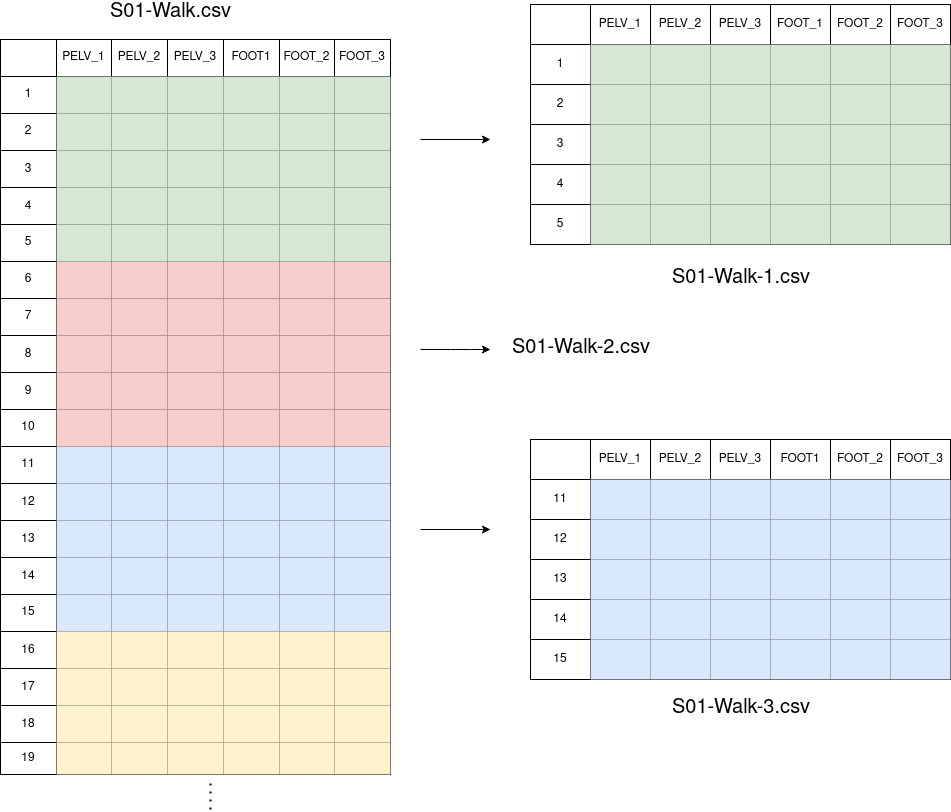
Above: framework/pre-processing/doc/images/Image_builder.png in GonzaloPardoVillalibre/HAR-AI-FRAMEWORK (draw.io), before the change. Source tidied: cells renumbered, new cells last; positions are measured from the earlier drawing's top-left corner, leaving out a move shared by most shapes.
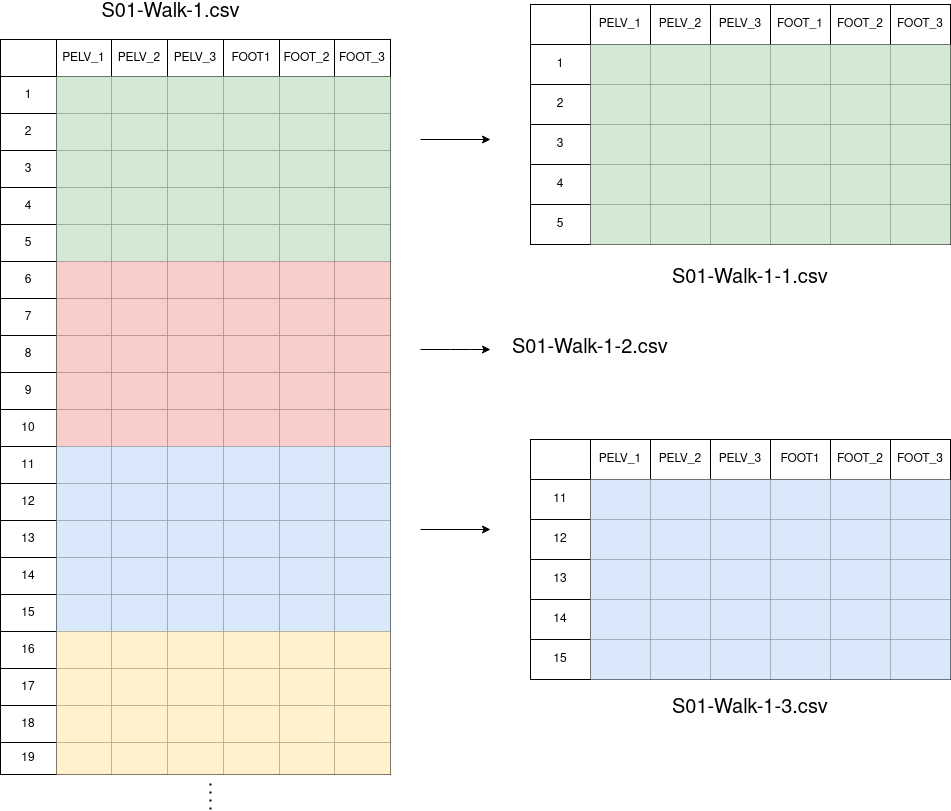
After the commit.

The edit, as a diff of the source:
```diff
@@ -797,14 +797,14 @@
         <mxPoint x="210" y="775" as="targetPoint" />
       </mxGeometry>
     </mxCell>
-    <mxCell id="264" value="&lt;div style=&quot;font-size: 20px&quot;&gt;S01-Walk.csv&lt;/div&gt;&lt;div&gt;&lt;br&gt;&lt;/div&gt;" style="text;html=1;align=center;verticalAlign=middle;" parent="1" vertex="1">
-      <mxGeometry x="100" width="140" height="30" as="geometry" />
+    <mxCell id="264" value="&lt;div style=&quot;font-size: 20px&quot;&gt;S01-Walk-1.csv&lt;/div&gt;&lt;div&gt;&lt;br&gt;&lt;/div&gt;" style="text;html=1;align=center;verticalAlign=middle;" parent="1" vertex="1">
+      <mxGeometry x="95" width="150" height="30" as="geometry" />
     </mxCell>
-    <mxCell id="265" value="&lt;div style=&quot;font-size: 20px&quot;&gt;S01-Walk-1.csv&lt;/div&gt;&lt;div&gt;&lt;br&gt;&lt;/div&gt;" style="text;whiteSpace=wrap;html=1;" parent="1" vertex="1">
-      <mxGeometry x="670" y="255" width="150" height="40" as="geometry" />
+    <mxCell id="265" value="&lt;div style=&quot;font-size: 20px&quot;&gt;S01-Walk-1-1.csv&lt;/div&gt;&lt;div&gt;&lt;br&gt;&lt;/div&gt;" style="text;whiteSpace=wrap;html=1;" parent="1" vertex="1">
+      <mxGeometry x="670" y="255" width="170" height="40" as="geometry" />
     </mxCell>
-    <mxCell id="266" value="&lt;div style=&quot;font-size: 20px&quot;&gt;S01-Walk-3.csv&lt;/div&gt;&lt;div&gt;&lt;br&gt;&lt;/div&gt;" style="text;whiteSpace=wrap;html=1;" parent="1" vertex="1">
-      <mxGeometry x="670" y="685" width="150" height="40" as="geometry" />
+    <mxCell id="266" value="&lt;div style=&quot;font-size: 20px&quot;&gt;S01-Walk-1-3.csv&lt;/div&gt;&lt;div&gt;&lt;br&gt;&lt;/div&gt;" style="text;whiteSpace=wrap;html=1;" parent="1" vertex="1">
+      <mxGeometry x="670" y="685" width="160" height="40" as="geometry" />
     </mxCell>
     <mxCell id="267" style="endArrow=classic;html=1;" parent="1" edge="1">
       <mxGeometry relative="1" as="geometry">
@@ -815,8 +815,8 @@
         </Array>
       </mxGeometry>
     </mxCell>
-    <mxCell id="268" value="&lt;div style=&quot;font-size: 20px&quot;&gt;S01-Walk-2.csv&lt;/div&gt;&lt;div&gt;&lt;br&gt;&lt;/div&gt;" style="text;whiteSpace=wrap;html=1;" parent="1" vertex="1">
-      <mxGeometry x="510" y="325" width="150" height="40" as="geometry" />
+    <mxCell id="268" value="&lt;div style=&quot;font-size: 20px&quot;&gt;S01-Walk-1-2.csv&lt;/div&gt;&lt;div&gt;&lt;br&gt;&lt;/div&gt;" style="text;whiteSpace=wrap;html=1;" parent="1" vertex="1">
+      <mxGeometry x="510" y="325" width="160" height="40" as="geometry" />
     </mxCell>
   </root>
 </mxGraphModel>
```
